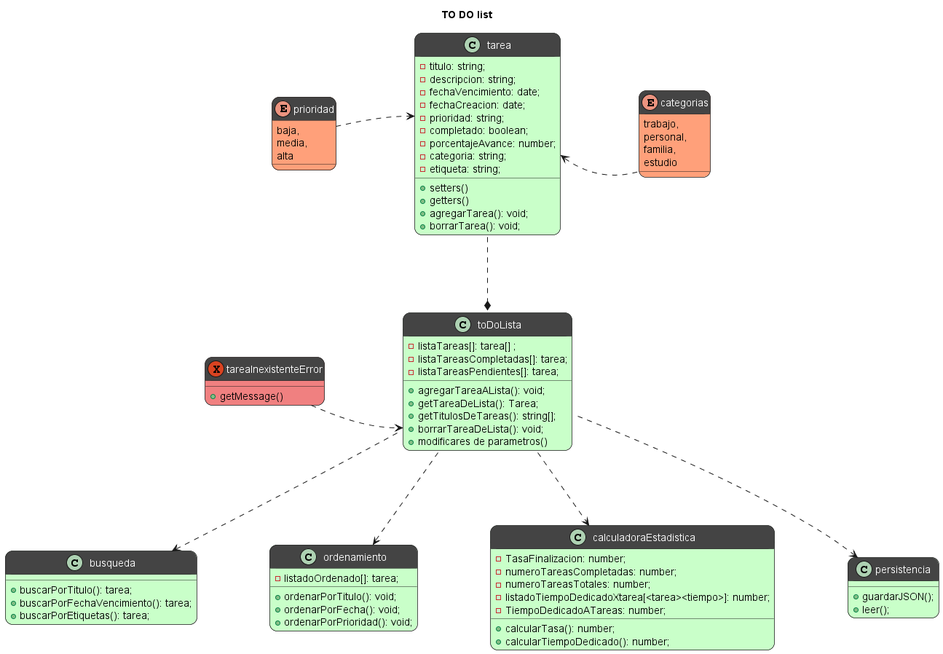
Before: diagramas/diagrama clases.png, a diagram exported from PlantUML (FrancoLuduena-dev/To-DO-list). Source of this version:
```plantuml
@startuml diagrama clases
title TO DO list


class toDoLista #TECHNOLOGY;header:444{
    - listaTareas[]: tarea[] ;
    - listaTareasCompletadas[]: tarea;
    - listaTareasPendientes[]: tarea;
    + agregarTareaALista(): void;
    + getTareaDeLista(): Tarea;
    + getTitulosDeTareas(): string[];
    + borrarTareaDeLista(): void;
    + modificares de parametros()
}


class tarea #TECHNOLOGY;header:444{
    - titulo: string;
    - descripcion: string;
    - fechaVencimiento: date;
    - fechaCreacion: date;
    - prioridad: string;
    - completado: boolean;
    - porcentajeAvance: number;
    - categoria: string;
    - etiqueta: string;
    + setters()
    + getters()
    + agregarTarea(): void;
    + borrarTarea(): void;
}

enum prioridad #LightSalmon;header:444{
    baja,
    media,
    alta
}

enum categorias #LightSalmon;header:444{
    trabajo,
    personal,
    familia,
    estudio
}

class busqueda #TECHNOLOGY;header:444{
    + buscarPorTitulo(): tarea;
    + buscarPorFechaVencimiento(): tarea;
    + buscarPorEtiquetas(): tarea;
}

class ordenamiento #TECHNOLOGY;header:444{
    - listadoOrdenado[]: tarea;
    + ordenarPorTitulo(): void;
    + ordenarPorFecha(): void;
    + ordenarPorPrioridad(): void;
}

class calculadoraEstadistica #TECHNOLOGY;header:444{
    - TasaFinalizacion: number;
    - numeroTareasCompletadas: number;
    - numeroTareasTotales: number;
    - listadoTiempoDedicadoXtarea[<tarea><tiempo>]: number;
    - TiempoDedicadoATareas: number;
    + calcularTasa(): number;
    + calcularTiempoDedicado(): number;
}

class persistencia #TECHNOLOGY;header:444{
    + guardarJSON();
    + leer();
}

exception tareaInexistenteError #LightCoral;header:444{
    + getMessage()
}

skinparam ranksep 100
skinparam nodesep 100
prioridad .r.> tarea::prioridad
categorias .l.> tarea::categoria
tarea ..* toDoLista
toDoLista::borrarTareaDeLista <.l. tareaInexistenteError
toDoLista .d.> calculadoraEstadistica
toDoLista .d.> busqueda
toDoLista .d.> ordenamiento
toDoLista .d.> persistencia




skinparam roundcorner 20
skinparam classFontColor automatic



@enduml
```
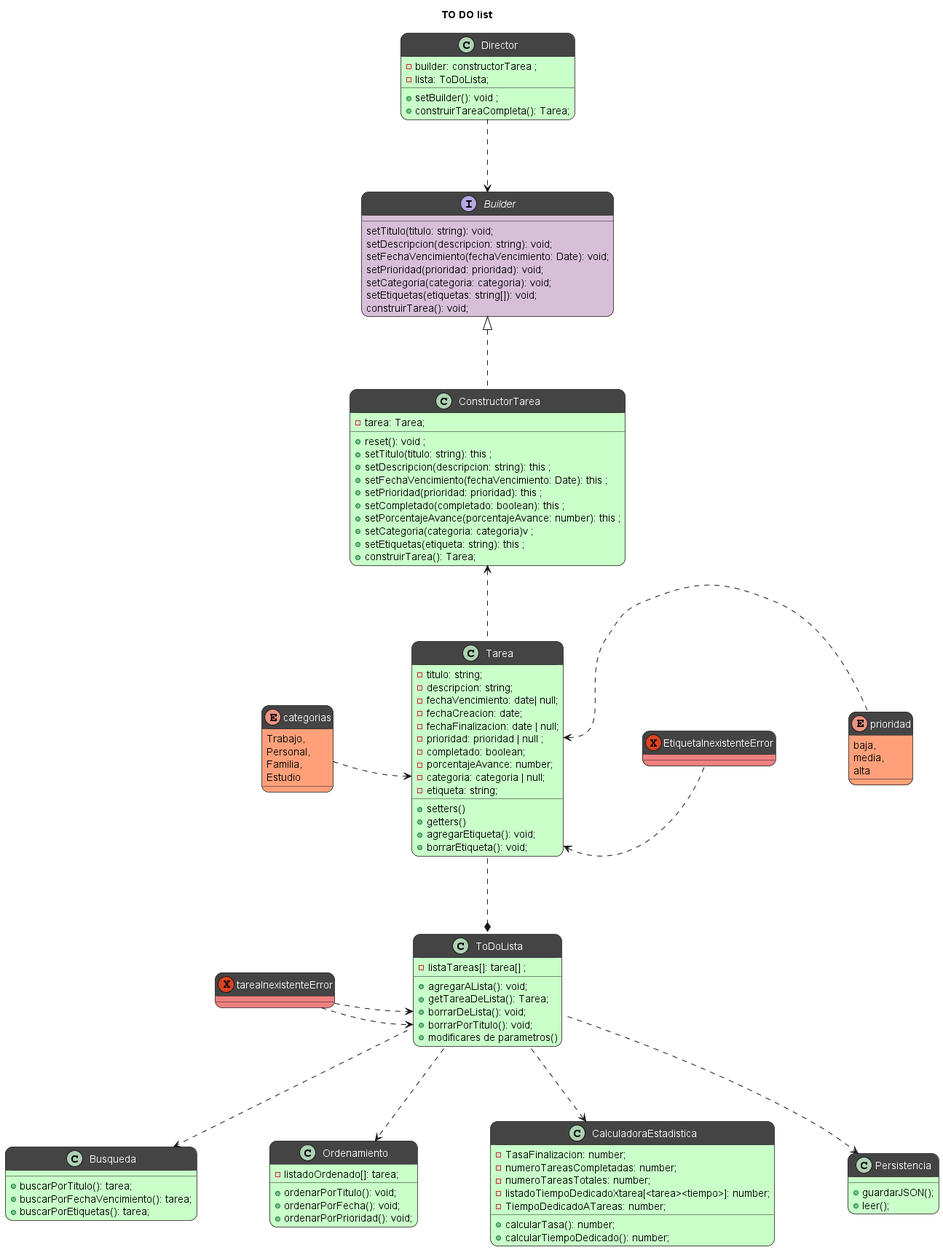
Later version of the same file.

Commit message:
agrego foto de diagrama de clases

Diff of the diagram source:
```diff
@@ -1,62 +1,90 @@
 @startuml diagrama clases
 title TO DO list
 
-
-class toDoLista #TECHNOLOGY;header:444{
-    - listaTareas[]: tarea[] ;
-    - listaTareasCompletadas[]: tarea;
-    - listaTareasPendientes[]: tarea;
-    + agregarTareaALista(): void;
-    + getTareaDeLista(): Tarea;
-    + getTitulosDeTareas(): string[];
-    + borrarTareaDeLista(): void;
-    + modificares de parametros()
+interface Builder #Thistle;header:444{
+    setTitulo(titulo: string): void;
+    setDescripcion(descripcion: string): void;
+    setFechaVencimiento(fechaVencimiento: Date): void;
+    setPrioridad(prioridad: prioridad): void;
+    setCategoria(categoria: categoria): void;
+    setEtiquetas(etiquetas: string[]): void;
+    construirTarea(): void;
 }
 
-
-class tarea #TECHNOLOGY;header:444{
+class Tarea #TECHNOLOGY;header:444{
     - titulo: string;
     - descripcion: string;
-    - fechaVencimiento: date;
+    - fechaVencimiento: date| null;
     - fechaCreacion: date;
-    - prioridad: string;
+    - fechaFinalizacion: date | null;
+    - prioridad: prioridad | null ;
     - completado: boolean;
     - porcentajeAvance: number;
-    - categoria: string;
+    - categoria: categoria | null;
     - etiqueta: string;
     + setters()
     + getters()
-    + agregarTarea(): void;
-    + borrarTarea(): void;
+    + agregarEtiqueta(): void;
+    + borrarEtiqueta(): void;
+}
+
+class ConstructorTarea #TECHNOLOGY;header:444 implements Builder {
+    - tarea: Tarea;
+    +reset(): void ;
+    +setTitulo(titulo: string): this ;
+    +setDescripcion(descripcion: string): this ;
+    +setFechaVencimiento(fechaVencimiento: Date): this ;
+    +setPrioridad(prioridad: prioridad): this ;
+    +setCompletado(completado: boolean): this ;
+    +setPorcentajeAvance(porcentajeAvance: number): this ;
+    +setCategoria(categoria: categoria)v ;
+    +setEtiquetas(etiqueta: string): this ;
+    +construirTarea(): Tarea;
+}
+
+class Director #TECHNOLOGY;header:444{
+    -builder: constructorTarea ;
+    -lista: ToDoLista;
+    +setBuilder(): void ;
+    +construirTareaCompleta(): Tarea;
 }
 
 enum prioridad #LightSalmon;header:444{
     baja,
     media,
     alta
+    }
+
+enum categorias #LightSalmon;header:444{
+    Trabajo,
+    Personal,
+    Familia,
+    Estudio
 }
 
-enum categorias #LightSalmon;header:444{
-    trabajo,
-    personal,
-    familia,
-    estudio
+class ToDoLista #TECHNOLOGY;header:444{
+    - listaTareas[]: tarea[] ;
+    + agregarALista(): void;
+    + getTareaDeLista(): Tarea;
+    + borrarDeLista(): void;
+    + borrarPorTitulo(): void;
+    + modificares de parametros()
 }
 
-class busqueda #TECHNOLOGY;header:444{
+class Busqueda #TECHNOLOGY;header:444{
     + buscarPorTitulo(): tarea;
     + buscarPorFechaVencimiento(): tarea;
     + buscarPorEtiquetas(): tarea;
 }
 
-class ordenamiento #TECHNOLOGY;header:444{
+class Ordenamiento #TECHNOLOGY;header:444{
     - listadoOrdenado[]: tarea;
     + ordenarPorTitulo(): void;
     + ordenarPorFecha(): void;
     + ordenarPorPrioridad(): void;
 }
 
-class calculadoraEstadistica #TECHNOLOGY;header:444{
+class CalculadoraEstadistica #TECHNOLOGY;header:444{
     - TasaFinalizacion: number;
     - numeroTareasCompletadas: number;
     - numeroTareasTotales: number;
@@ -66,32 +94,33 @@
     + calcularTiempoDedicado(): number;
 }
 
-class persistencia #TECHNOLOGY;header:444{
+class Persistencia #TECHNOLOGY;header:444{
     + guardarJSON();
     + leer();
 }
 
-exception tareaInexistenteError #LightCoral;header:444{
-    + getMessage()
-}
+exception tareaInexistenteError #LightCoral;header:444{}
 
-skinparam ranksep 100
-skinparam nodesep 100
-prioridad .r.> tarea::prioridad
-categorias .l.> tarea::categoria
-tarea ..* toDoLista
-toDoLista::borrarTareaDeLista <.l. tareaInexistenteError
-toDoLista .d.> calculadoraEstadistica
-toDoLista .d.> busqueda
-toDoLista .d.> ordenamiento
-toDoLista .d.> persistencia
+exception EtiquetaInexistenteError #LightCoral;header:444{}
+
+    skinparam ranksep 100
+    skinparam nodesep 100
 
 
+    categorias .r.> Tarea::categoria
+    Tarea .u.> ConstructorTarea
+    Tarea ..* ToDoLista
+    prioridad .l.> Tarea::prioridad
+    Tarea::borrarEtiqueta <.r. EtiquetaInexistenteError
+    ToDoLista::borrarDeLista <.l. tareaInexistenteError
+    ToDoLista::borrarPorTitulo <.l. tareaInexistenteError
+    ToDoLista .d.> CalculadoraEstadistica
+    ToDoLista .d.> Busqueda
+    ToDoLista .d.> Ordenamiento
+    ToDoLista .d.> Persistencia
+    Director ..> Builder
 
-
-skinparam roundcorner 20
-skinparam classFontColor automatic
-
-
+    skinparam roundcorner 20
+    skinparam classFontColor automatic
 
 @enduml
```
